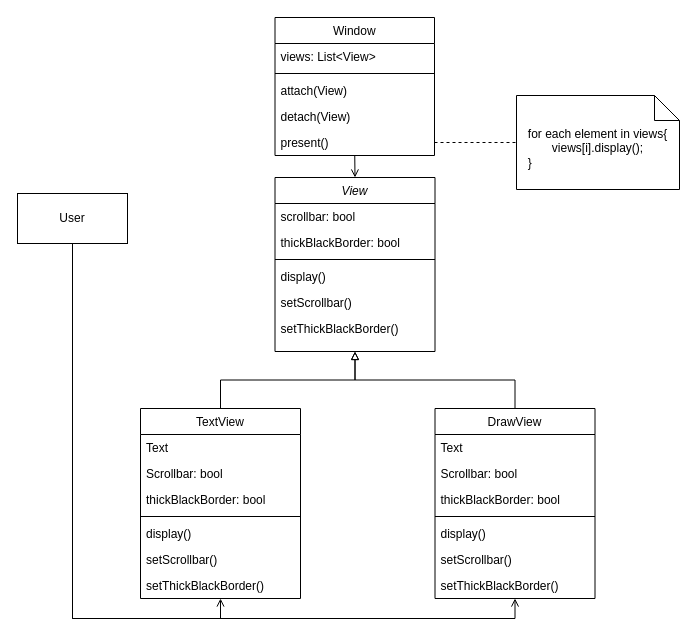
Earlier version of the draw.io diagram page "Page-1" (1 of 2) of 0506_HW1.drawio (Janette-Hua/111-1-Software-Engineering-Design). Source tidied: cells renumbered, new cells numbered last; positions are measured from the earlier drawing's top-left corner, leaving out a move shared by most shapes. Both pictures are drawn from the tidied source at 100%, with x=0, y=0 at pixel (17, 17).
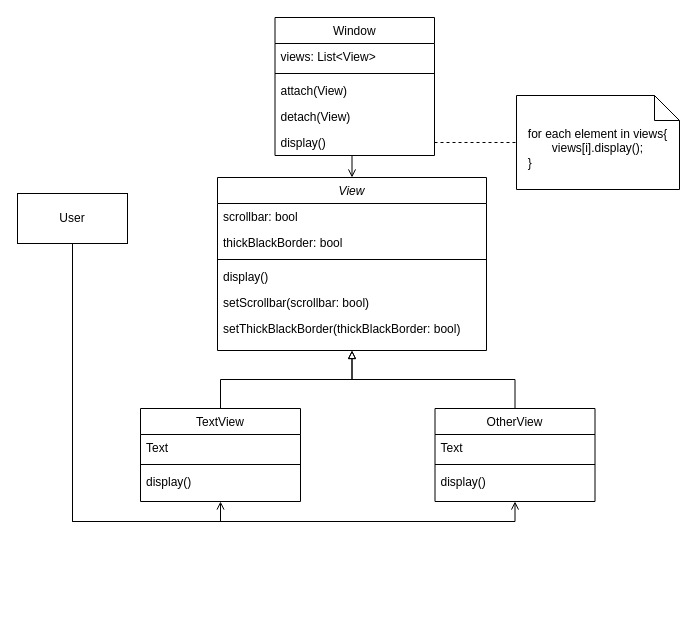
The same diagram, later.

Unchanged cells that the change refers to:
```xml
<mxCell id="12" value="Window" style="swimlane;fontStyle=0;align=center;verticalAlign=top;horizontal=1;startSize=26;rounded=0;shadow=0;strokeWidth=1;" parent="1" vertex="1">
  <mxGeometry x="257.5" width="159.5" height="138" as="geometry" />
</mxCell>
```

Change to the diagram source:
```diff
@@
     <mxCell id="3" value="TextView" style="swimlane;fontStyle=0;align=center;verticalAlign=top;horizontal=1;startSize=26;rounded=0;shadow=0;strokeWidth=1;" parent="1" vertex="1">
-      <mxGeometry x="123" y="391" width="160" height="190" as="geometry" />
+      <mxGeometry x="123" y="391" width="160" height="93" as="geometry" />
     </mxCell>
@@
-    <mxCell id="5" value="Scrollbar: bool" style="text;align=left;verticalAlign=top;spacingLeft=4;spacingRight=4;overflow=hidden;" parent="3" vertex="1">
-      <mxGeometry y="52" width="160" height="26" as="geometry" />
-    </mxCell>
-    <mxCell id="6" value="thickBlackBorder: bool" style="text;align=left;verticalAlign=top;spacingLeft=4;spacingRight=4;overflow=hidden;" parent="3" vertex="1">
-      <mxGeometry y="78" width="160" height="26" as="geometry" />
-    </mxCell>
     <mxCell id="7" style="line;html=1;strokeWidth=1;align=left;verticalAlign=middle;spacingTop=-1;spacingLeft=3;spacingRight=3;labelPosition=right;" parent="3" vertex="1">
-      <mxGeometry y="104" width="160" height="8" as="geometry" />
+      <mxGeometry y="52" width="160" height="8" as="geometry" />
     </mxCell>
     <mxCell id="8" value="display()" style="text;align=left;verticalAlign=top;spacingLeft=4;spacingRight=4;overflow=hidden;" parent="3" vertex="1">
-      <mxGeometry y="112" width="160" height="26" as="geometry" />
+      <mxGeometry y="60" width="160" height="26" as="geometry" />
     </mxCell>
-    <mxCell id="9" value="setScrollbar()" style="text;align=left;verticalAlign=top;spacingLeft=4;spacingRight=4;overflow=hidden;" parent="3" vertex="1">
-      <mxGeometry y="138" width="160" height="26" as="geometry" />
-    </mxCell>
-    <mxCell id="10" value="setThickBlackBorder()" style="text;align=left;verticalAlign=top;spacingLeft=4;spacingRight=4;overflow=hidden;" parent="3" vertex="1">
-      <mxGeometry y="164" width="160" height="26" as="geometry" />
-    </mxCell>
@@
-    <mxCell id="17" value="present()" style="text;align=left;verticalAlign=top;spacingLeft=4;spacingRight=4;overflow=hidden;points=[[0,0.5],[1,0.5]];portConstraint=eastwest;" parent="12" vertex="1">
+    <mxCell id="17" value="display()" style="text;align=left;verticalAlign=top;spacingLeft=4;spacingRight=4;overflow=hidden;points=[[0,0.5],[1,0.5]];portConstraint=eastwest;" parent="12" vertex="1">
       <mxGeometry y="112" width="159.5" height="26" as="geometry" />
     </mxCell>
@@
-    <mxCell id="19" value="DrawView" style="swimlane;fontStyle=0;align=center;verticalAlign=top;horizontal=1;startSize=26;rounded=0;shadow=0;strokeWidth=1;" parent="1" vertex="1">
-      <mxGeometry x="417.5" y="391" width="160" height="190" as="geometry" />
+    <mxCell id="19" value="OtherView" style="swimlane;fontStyle=0;align=center;verticalAlign=top;horizontal=1;startSize=26;rounded=0;shadow=0;strokeWidth=1;" parent="1" vertex="1">
+      <mxGeometry x="417.5" y="391" width="160" height="93" as="geometry" />
     </mxCell>
@@
-    <mxCell id="21" value="Scrollbar: bool" style="text;align=left;verticalAlign=top;spacingLeft=4;spacingRight=4;overflow=hidden;" parent="19" vertex="1">
-      <mxGeometry y="52" width="160" height="26" as="geometry" />
-    </mxCell>
-    <mxCell id="22" value="thickBlackBorder: bool" style="text;align=left;verticalAlign=top;spacingLeft=4;spacingRight=4;overflow=hidden;" parent="19" vertex="1">
-      <mxGeometry y="78" width="160" height="26" as="geometry" />
-    </mxCell>
     <mxCell id="23" style="line;html=1;strokeWidth=1;align=left;verticalAlign=middle;spacingTop=-1;spacingLeft=3;spacingRight=3;labelPosition=right;" parent="19" vertex="1">
-      <mxGeometry y="104" width="160" height="8" as="geometry" />
+      <mxGeometry y="52" width="160" height="8" as="geometry" />
     </mxCell>
     <mxCell id="24" value="display()" style="text;align=left;verticalAlign=top;spacingLeft=4;spacingRight=4;overflow=hidden;" parent="19" vertex="1">
-      <mxGeometry y="112" width="160" height="26" as="geometry" />
+      <mxGeometry y="60" width="160" height="26" as="geometry" />
     </mxCell>
-    <mxCell id="25" value="setScrollbar()" style="text;align=left;verticalAlign=top;spacingLeft=4;spacingRight=4;overflow=hidden;" parent="19" vertex="1">
-      <mxGeometry y="138" width="160" height="26" as="geometry" />
-    </mxCell>
-    <mxCell id="26" value="setThickBlackBorder()" style="text;align=left;verticalAlign=top;spacingLeft=4;spacingRight=4;overflow=hidden;" parent="19" vertex="1">
-      <mxGeometry y="164" width="160" height="26" as="geometry" />
-    </mxCell>
     <mxCell id="27" value="View" style="swimlane;fontStyle=2;align=center;verticalAlign=top;horizontal=1;startSize=26;rounded=0;shadow=0;strokeWidth=1;" parent="1" vertex="1">
-      <mxGeometry x="257.5" y="160" width="160" height="174" as="geometry" />
+      <mxGeometry x="200" y="160" width="269" height="173" as="geometry" />
     </mxCell>
     <mxCell id="28" value="scrollbar: bool" style="text;align=left;verticalAlign=top;spacingLeft=4;spacingRight=4;overflow=hidden;" parent="27" vertex="1">
-      <mxGeometry y="26" width="160" height="26" as="geometry" />
+      <mxGeometry y="26" width="269" height="26" as="geometry" />
     </mxCell>
     <mxCell id="29" value="thickBlackBorder: bool" style="text;align=left;verticalAlign=top;spacingLeft=4;spacingRight=4;overflow=hidden;" parent="27" vertex="1">
-      <mxGeometry y="52" width="160" height="26" as="geometry" />
+      <mxGeometry y="52" width="269" height="26" as="geometry" />
     </mxCell>
     <mxCell id="30" style="line;html=1;strokeWidth=1;align=left;verticalAlign=middle;spacingTop=-1;spacingLeft=3;spacingRight=3;labelPosition=right;" parent="27" vertex="1">
-      <mxGeometry y="78" width="160" height="8" as="geometry" />
+      <mxGeometry y="78" width="269" height="8" as="geometry" />
     </mxCell>
     <mxCell id="31" value="display()" style="text;align=left;verticalAlign=top;spacingLeft=4;spacingRight=4;overflow=hidden;" parent="27" vertex="1">
-      <mxGeometry y="86" width="160" height="26" as="geometry" />
+      <mxGeometry y="86" width="269" height="26" as="geometry" />
     </mxCell>
-    <mxCell id="32" value="setScrollbar()" style="text;align=left;verticalAlign=top;spacingLeft=4;spacingRight=4;overflow=hidden;" parent="27" vertex="1">
-      <mxGeometry y="112" width="160" height="26" as="geometry" />
+    <mxCell id="32" value="setScrollbar(scrollbar: bool)" style="text;align=left;verticalAlign=top;spacingLeft=4;spacingRight=4;overflow=hidden;" parent="27" vertex="1">
+      <mxGeometry y="112" width="269" height="26" as="geometry" />
     </mxCell>
-    <mxCell id="33" value="setThickBlackBorder()" style="text;align=left;verticalAlign=top;spacingLeft=4;spacingRight=4;overflow=hidden;" parent="27" vertex="1">
-      <mxGeometry y="138" width="160" height="26" as="geometry" />
+    <mxCell id="33" value="setThickBlackBorder(thickBlackBorder: bool)" style="text;align=left;verticalAlign=top;spacingLeft=4;spacingRight=4;overflow=hidden;" parent="27" vertex="1">
+      <mxGeometry y="138" width="269" height="26" as="geometry" />
     </mxCell>
```
